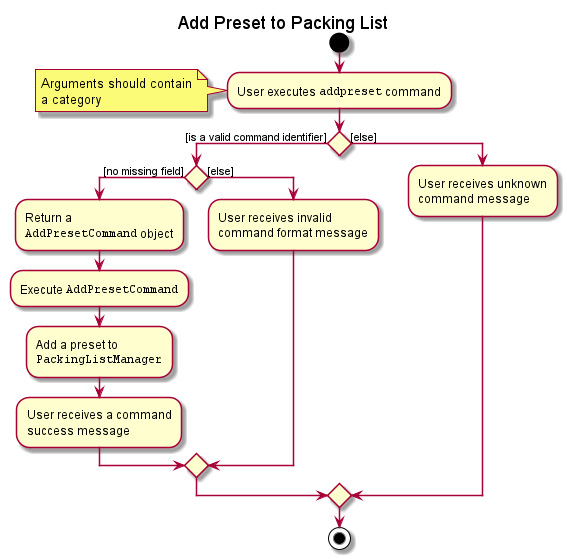
This is docs/images/developer-guide/packing-list/AddPackingListActivityDiagram.png from zenatrick/main, a PlantUML export, as it was before one commit.
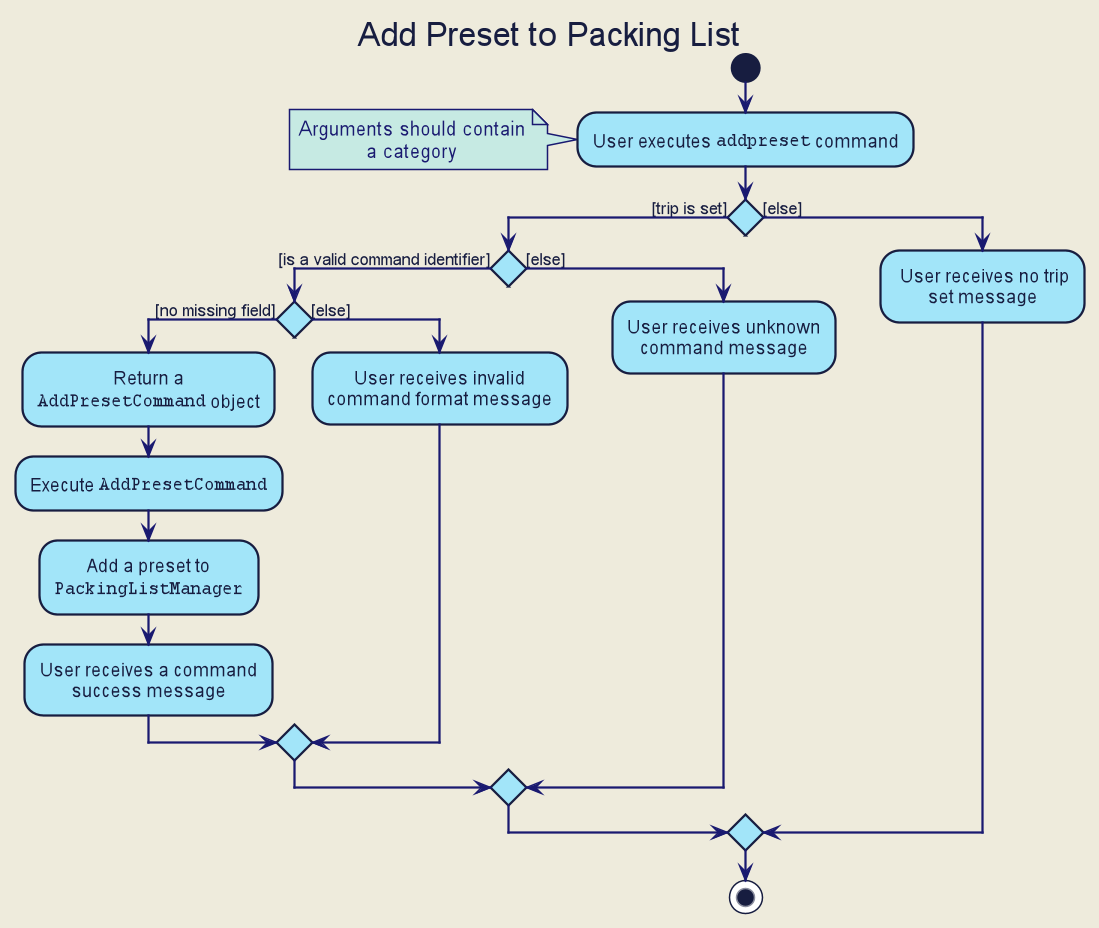
After the change.

What changed in the source:
```diff
@@ -1,4 +1,106 @@
 @startuml
+
+
+
+
+
+
+
+skinparam BackgroundColor #EEEBDC
+skinparam Shadowing false
+skinparam MinClassWidth 50
+skinparam PackageStyle Rectangle
+
+skinparam Default {
+    FontColor #171D40
+    FontName Arial
+    TextAlignment center
+}
+
+skinparam Participant {
+    Padding 10
+    BorderColor #171D40
+}
+
+skinparam Title {
+    FontColor #171D40
+    FontName Arial
+    FontSize 22
+}
+
+skinparam Arrow {
+    Thickness 1.5
+    Color MidNightBlue
+}
+
+skinparam Note {
+    BackgroundColor #C6EAE3
+    FontColor MidNightBlue
+    BorderColor MidNightBlue
+    BorderThickness 2
+}
+
+skinparam Class {
+    BorderThickness 1
+    BorderColor #171D40
+    BackgroundColor #A2E5F9
+    AttributeFontColor MidNightBlue
+    AttributeIconSize 0
+    StereotypeFontColor #171D40
+    StereotypeFontStyle normal
+    FontName Arial
+}
+
+skinparam Object {
+    BorderThickness 2
+    BorderColor #171D40
+    BackgroundColor #C6EAE3
+    AttributeFontColor MidNightBlue
+    AttributeIconSize 0
+    StereotypeFontColor #171D40
+    StereotypeFontStyle normal
+    FontName Arial
+}
+
+skinparam Actor {
+    BorderColor #000000
+    Color #000000
+    FontName Arial
+}
+
+skinparam Sequence {
+    LifeLineBackgroundColor #C6EAE3
+    LifeLineBorderColor #171D40
+    LifeLineBorderThickness 1.5
+    MessageAlignment center
+    SequenceParticipantBorderThickness 10
+    ReferenceBackgroundColor #C6EAE3
+    ReferenceBorderColor #171D40
+    TitleFontColor #171D40
+    StereotypeFontStyle normal
+    BoxFontSize 22
+    BoxFontName Arial
+    BoxFontStyle normal
+    BoxPadding 0
+    BoxBorderColor #EEEBDC
+}
+
+skinparam Participant {
+    Padding 20
+}
+
+skinparam Activity {
+    StartColor #171D40
+    EndColor #171D40
+    BorderThickness 1.5
+    BorderColor #171D40
+    BackgroundColor #A2E5F9
+    DiamondBackgroundColor #A2E5F9
+    DiamondBorderColor #171D40
+}
+
+hide footbox
+hide circle
 title Add Preset to Packing List
 
 start
@@ -9,30 +111,38 @@
   a category
 end note
 
-if () then ([is a valid command identifier])
+if () then ([trip is set])
+
+    if () then ([is a valid command identifier])
 
 
-    if () then ([no missing field])
+        if () then ([no missing field])
 
-            :Return a
-            ""AddPresetCommand"" object;
+                :Return a
+                ""AddPresetCommand"" object;
 
-            :Execute ""AddPresetCommand"";
+                :Execute ""AddPresetCommand"";
 
-            :Add a preset to
-            ""PackingListManager"";
+                :Add a preset to
+                ""PackingListManager"";
 
-            :User receives a command
-            success message;
+                :User receives a command
+                success message;
+
+        else ([else])
+                :User receives invalid
+                command format message;
+        endif
 
     else ([else])
-            :User receives invalid
-            command format message;
+        :User receives unknown
+        command message;
+
     endif
 
 else ([else])
-    :User receives unknown
-    command message;
+    : User receives no trip
+    set message;
 
 endif
 
```
